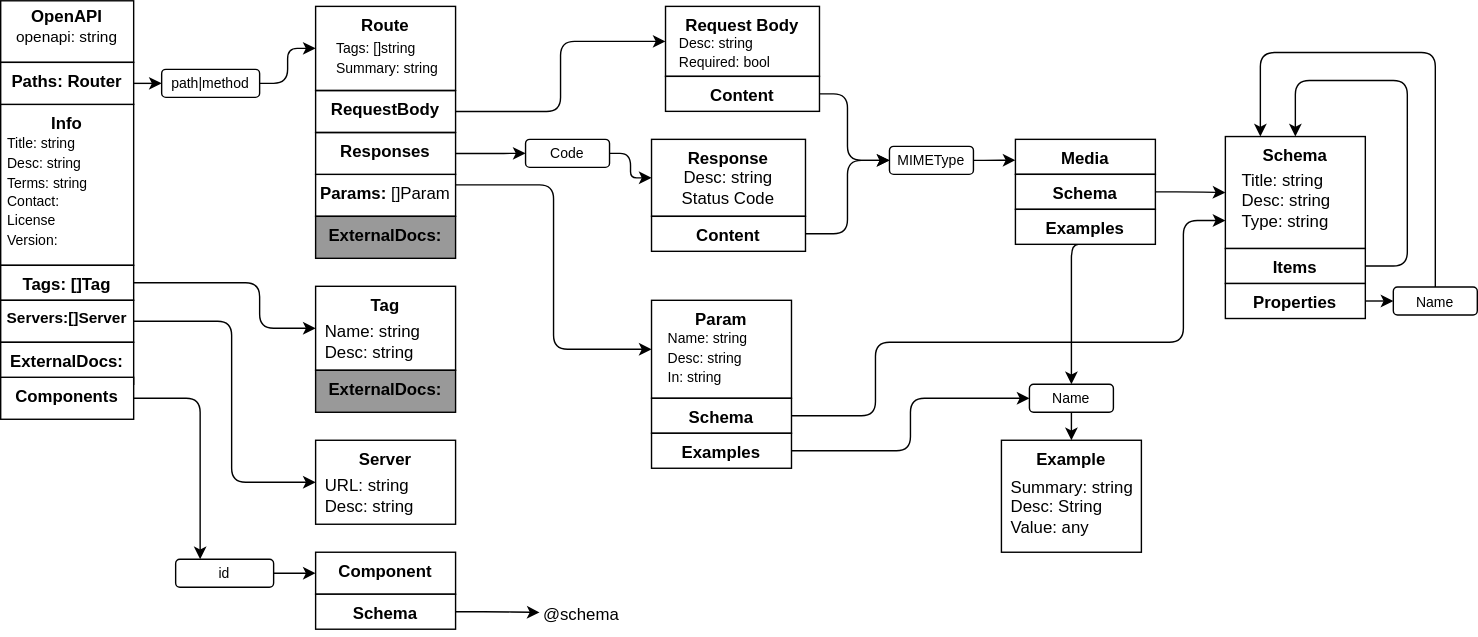
Earlier version of the draw.io export docs/chart.drawio.svg (hydronica/go-openapi). Source tidied: cells renumbered, new cells last; positions are measured from the earlier drawing's top-left corner, leaving out a move shared by most shapes.
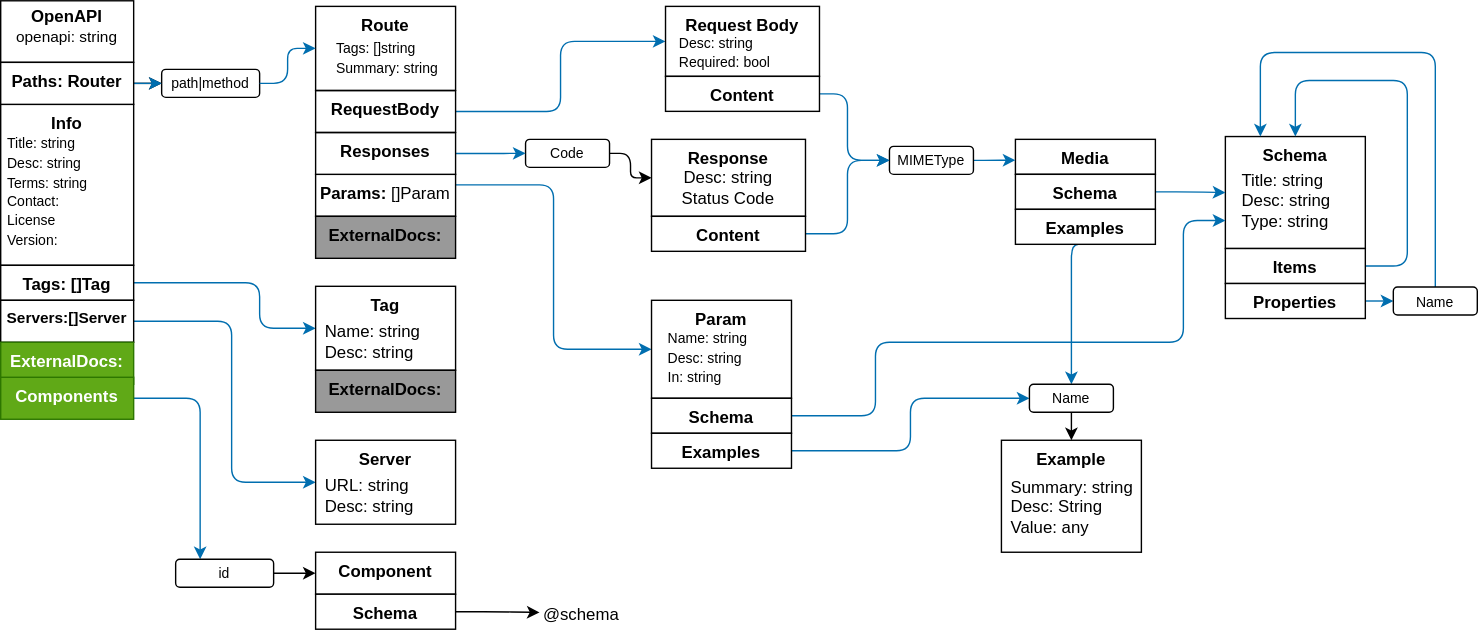
The same diagram one commit later.

Diff of the diagram source:
```diff
@@ -5,10 +5,10 @@
     <mxCell id="2" value="OpenAPI&lt;br&gt;&lt;span style=&quot;font-weight: normal;&quot;&gt;&lt;font style=&quot;font-size: 11px;&quot;&gt;openapi: string&lt;/font&gt;&lt;/span&gt;" style="rounded=0;verticalAlign=top;fontStyle=1;spacing=0;whiteSpace=wrap;fontColor=default;labelPosition=center;verticalLabelPosition=middle;align=center;html=1;" parent="1" vertex="1">
       <mxGeometry width="95" height="44" as="geometry" />
     </mxCell>
-    <mxCell id="3" style="edgeStyle=orthogonalEdgeStyle;html=1;exitX=1;exitY=0.25;exitDx=0;exitDy=0;fontSize=12;fontColor=#000000;entryX=0;entryY=0.5;entryDx=0;entryDy=0;" parent="1" edge="1" source="25" target="48">
+    <mxCell id="3" style="edgeStyle=orthogonalEdgeStyle;html=1;exitX=1;exitY=0.25;exitDx=0;exitDy=0;fontSize=12;fontColor=#000000;entryX=0;entryY=0.5;entryDx=0;entryDy=0;fillColor=#1ba1e2;strokeColor=#006EAF;" parent="1" edge="1" source="25" target="48">
       <mxGeometry relative="1" as="geometry" />
     </mxCell>
-    <mxCell id="4" style="edgeStyle=orthogonalEdgeStyle;html=1;exitX=1;exitY=0.5;exitDx=0;exitDy=0;entryX=0;entryY=0.5;entryDx=0;entryDy=0;fontSize=12;fontColor=#000000;" parent="1" edge="1" source="26" target="34">
+    <mxCell id="4" style="edgeStyle=orthogonalEdgeStyle;html=1;exitX=1;exitY=0.5;exitDx=0;exitDy=0;entryX=0;entryY=0.5;entryDx=0;entryDy=0;fontSize=12;fontColor=#000000;fillColor=#1ba1e2;strokeColor=#006EAF;" parent="1" edge="1" source="26" target="34">
       <mxGeometry relative="1" as="geometry" />
     </mxCell>
     <mxCell id="5" value="Route" style="whiteSpace=wrap;html=1;rounded=0;verticalAlign=top;fontStyle=1;" parent="1" vertex="1">
@@ -20,10 +20,10 @@
     <mxCell id="7" value="path|method" style="whiteSpace=wrap;html=1;labelBackgroundColor=#FFFFFF;fontSize=10;fontColor=#000000;rounded=1;" parent="1" vertex="1">
       <mxGeometry x="115" y="49" width="70" height="20" as="geometry" />
     </mxCell>
-    <mxCell id="8" style="edgeStyle=orthogonalEdgeStyle;html=1;exitX=1;exitY=0.5;exitDx=0;exitDy=0;fontSize=10;fontColor=#000000;" parent="1" edge="1" source="7" target="5">
+    <mxCell id="8" style="edgeStyle=orthogonalEdgeStyle;html=1;exitX=1;exitY=0.5;exitDx=0;exitDy=0;fontSize=10;fontColor=#000000;fillColor=#1ba1e2;strokeColor=#006EAF;" parent="1" edge="1" source="7" target="5">
       <mxGeometry relative="1" as="geometry" />
     </mxCell>
-    <mxCell id="9" style="edgeStyle=orthogonalEdgeStyle;html=1;exitX=1;exitY=0.5;exitDx=0;exitDy=0;entryX=0;entryY=0.5;entryDx=0;entryDy=0;fontSize=12;fontColor=#000000;" parent="1" edge="1" source="36" target="15">
+    <mxCell id="9" style="edgeStyle=orthogonalEdgeStyle;html=1;exitX=1;exitY=0.5;exitDx=0;exitDy=0;entryX=0;entryY=0.5;entryDx=0;entryDy=0;fontSize=12;fontColor=#000000;fillColor=#1ba1e2;strokeColor=#006EAF;" parent="1" edge="1" source="36" target="15">
       <mxGeometry relative="1" as="geometry">
         <Array as="points">
           <mxPoint x="605" y="67" />
@@ -43,7 +43,7 @@
     <mxCell id="13" value="Code" style="whiteSpace=wrap;html=1;labelBackgroundColor=#FFFFFF;fontSize=10;fontColor=#000000;rounded=1;" parent="1" vertex="1">
       <mxGeometry x="375" y="99" width="60" height="20" as="geometry" />
     </mxCell>
-    <mxCell id="14" style="edgeStyle=orthogonalEdgeStyle;html=1;exitX=1;exitY=0.5;exitDx=0;exitDy=0;entryX=0;entryY=0.597;entryDx=0;entryDy=0;fontSize=12;fontColor=#000000;entryPerimeter=0;" parent="1" edge="1" source="15" target="10">
+    <mxCell id="14" style="edgeStyle=orthogonalEdgeStyle;html=1;exitX=1;exitY=0.5;exitDx=0;exitDy=0;entryX=0;entryY=0.597;entryDx=0;entryDy=0;fontSize=12;fontColor=#000000;entryPerimeter=0;fillColor=#1ba1e2;strokeColor=#006EAF;" parent="1" edge="1" source="15" target="10">
       <mxGeometry relative="1" as="geometry" />
     </mxCell>
     <mxCell id="15" value="MIMEType" style="whiteSpace=wrap;html=1;labelBackgroundColor=#FFFFFF;fontSize=10;fontColor=#000000;rounded=1;" parent="1" vertex="1">
@@ -61,10 +61,13 @@
     <mxCell id="19" style="edgeStyle=orthogonalEdgeStyle;html=1;exitX=1;exitY=0.5;exitDx=0;exitDy=0;entryX=0;entryY=0.5;entryDx=0;entryDy=0;" parent="1" edge="1" source="20" target="7">
       <mxGeometry relative="1" as="geometry" />
     </mxCell>
+    <mxCell id="73" style="edgeStyle=none;html=1;fillColor=#1ba1e2;strokeColor=#006EAF;" parent="1" edge="1" source="20" target="7">
+      <mxGeometry relative="1" as="geometry" />
+    </mxCell>
     <mxCell id="20" value="Paths: Router" style="rounded=0;whiteSpace=wrap;html=1;verticalAlign=top;fontStyle=1;" parent="1" vertex="1">
       <mxGeometry y="44" width="95" height="30" as="geometry" />
     </mxCell>
-    <mxCell id="21" style="edgeStyle=orthogonalEdgeStyle;html=1;exitX=1;exitY=0.5;exitDx=0;exitDy=0;entryX=0;entryY=0.5;entryDx=0;entryDy=0;fontSize=12;" parent="1" edge="1" source="22" target="59">
+    <mxCell id="21" style="edgeStyle=orthogonalEdgeStyle;html=1;exitX=1;exitY=0.5;exitDx=0;exitDy=0;entryX=0;entryY=0.5;entryDx=0;entryDy=0;fontSize=12;fillColor=#1ba1e2;strokeColor=#006EAF;" parent="1" edge="1" source="22" target="59">
       <mxGeometry relative="1" as="geometry">
         <Array as="points">
           <mxPoint x="185" y="202" />
@@ -75,7 +78,7 @@
     <mxCell id="22" value="Tags: []Tag" style="rounded=0;whiteSpace=wrap;html=1;verticalAlign=top;fontStyle=1;" parent="1" vertex="1">
       <mxGeometry y="189" width="95" height="25" as="geometry" />
     </mxCell>
-    <mxCell id="23" style="edgeStyle=orthogonalEdgeStyle;html=1;exitX=1;exitY=0.5;exitDx=0;exitDy=0;entryX=0;entryY=0.5;entryDx=0;entryDy=0;fontSize=12;" parent="1" edge="1" source="24" target="62">
+    <mxCell id="23" style="edgeStyle=orthogonalEdgeStyle;html=1;exitX=1;exitY=0.5;exitDx=0;exitDy=0;entryX=0;entryY=0.5;entryDx=0;entryDy=0;fontSize=12;fillColor=#1ba1e2;strokeColor=#006EAF;" parent="1" edge="1" source="24" target="62">
       <mxGeometry relative="1" as="geometry">
         <Array as="points">
           <mxPoint x="165" y="229" />
@@ -92,7 +95,7 @@
     <mxCell id="26" value="RequestBody" style="whiteSpace=wrap;html=1;rounded=0;verticalAlign=top;fontStyle=1;" parent="1" vertex="1">
       <mxGeometry x="225" y="64.2" width="100" height="29.8" as="geometry" />
     </mxCell>
-    <mxCell id="27" style="edgeStyle=orthogonalEdgeStyle;html=1;exitX=1;exitY=0.5;exitDx=0;exitDy=0;entryX=0;entryY=0.5;entryDx=0;entryDy=0;fontSize=10;fontColor=default;" parent="1" edge="1" source="28" target="13">
+    <mxCell id="27" style="edgeStyle=orthogonalEdgeStyle;html=1;exitX=1;exitY=0.5;exitDx=0;exitDy=0;entryX=0;entryY=0.5;entryDx=0;entryDy=0;fontSize=10;fontColor=default;fillColor=#1ba1e2;strokeColor=#006EAF;" parent="1" edge="1" source="28" target="13">
       <mxGeometry relative="1" as="geometry" />
     </mxCell>
     <mxCell id="28" value="Responses" style="whiteSpace=wrap;html=1;rounded=0;verticalAlign=top;fontStyle=1;" parent="1" vertex="1">
@@ -101,7 +104,7 @@
     <mxCell id="29" value="ExternalDocs:&amp;nbsp;" style="whiteSpace=wrap;html=1;rounded=0;verticalAlign=top;fontStyle=1;fillColor=#999999;" parent="1" vertex="1">
       <mxGeometry x="225" y="154" width="100" height="30" as="geometry" />
     </mxCell>
-    <mxCell id="30" style="edgeStyle=orthogonalEdgeStyle;html=1;exitX=1;exitY=0.5;exitDx=0;exitDy=0;entryX=0;entryY=0.5;entryDx=0;entryDy=0;" parent="1" edge="1" source="31" target="15">
+    <mxCell id="30" style="edgeStyle=orthogonalEdgeStyle;html=1;exitX=1;exitY=0.5;exitDx=0;exitDy=0;entryX=0;entryY=0.5;entryDx=0;entryDy=0;fillColor=#1ba1e2;strokeColor=#006EAF;" parent="1" edge="1" source="31" target="15">
       <mxGeometry relative="1" as="geometry" />
     </mxCell>
     <mxCell id="31" value="Content" style="whiteSpace=wrap;html=1;labelBackgroundColor=#FFFFFF;fontSize=12;fontColor=#000000;align=center;verticalAlign=top;fontStyle=1;" parent="1" vertex="1">
@@ -122,13 +125,13 @@
     <mxCell id="36" value="Content" style="whiteSpace=wrap;html=1;labelBackgroundColor=#FFFFFF;fontSize=12;fontColor=#000000;align=center;verticalAlign=top;fontStyle=1;" parent="33" vertex="1">
       <mxGeometry y="50" width="110" height="25" as="geometry" />
     </mxCell>
-    <mxCell id="37" style="edgeStyle=orthogonalEdgeStyle;html=1;exitX=1;exitY=0.5;exitDx=0;exitDy=0;entryX=0;entryY=0.5;entryDx=0;entryDy=0;fontSize=12;" parent="1" edge="1" source="38" target="32">
+    <mxCell id="37" style="edgeStyle=orthogonalEdgeStyle;html=1;exitX=1;exitY=0.5;exitDx=0;exitDy=0;entryX=0;entryY=0.5;entryDx=0;entryDy=0;fontSize=12;fillColor=#1ba1e2;strokeColor=#006EAF;" parent="1" edge="1" source="38" target="32">
       <mxGeometry relative="1" as="geometry" />
     </mxCell>
     <mxCell id="38" value="Schema" style="whiteSpace=wrap;html=1;labelBackgroundColor=#FFFFFF;fontSize=12;fontColor=#000000;verticalAlign=top;fontStyle=1;" parent="1" vertex="1">
       <mxGeometry x="725" y="124" width="100" height="25" as="geometry" />
     </mxCell>
-    <mxCell id="39" style="edgeStyle=orthogonalEdgeStyle;html=1;exitX=0.5;exitY=1;exitDx=0;exitDy=0;entryX=0.5;entryY=0;entryDx=0;entryDy=0;fontSize=12;" parent="1" edge="1" source="40" target="58">
+    <mxCell id="39" style="edgeStyle=orthogonalEdgeStyle;html=1;exitX=0.5;exitY=1;exitDx=0;exitDy=0;entryX=0.5;entryY=0;entryDx=0;entryDy=0;fontSize=12;fillColor=#1ba1e2;strokeColor=#006EAF;" parent="1" edge="1" source="40" target="58">
       <mxGeometry relative="1" as="geometry">
         <Array as="points">
           <mxPoint x="765" y="174" />
@@ -141,7 +144,7 @@
     <mxCell id="41" value="&lt;font style=&quot;font-size: 12px;&quot;&gt;&lt;font style=&quot;border-color: var(--border-color); font-weight: 700; font-size: 12px;&quot;&gt;&lt;span style=&quot;border-color: var(--border-color); font-weight: normal;&quot;&gt;Title: string&amp;nbsp;&lt;br style=&quot;border-color: var(--border-color);&quot;&gt;&lt;/span&gt;&lt;/font&gt;&lt;span style=&quot;border-color: var(--border-color);&quot;&gt;Desc: string&lt;br style=&quot;border-color: var(--border-color);&quot;&gt;Type: string&lt;br style=&quot;border-color: var(--border-color);&quot;&gt;&lt;br&gt;&lt;/span&gt;&lt;/font&gt;" style="text;html=1;strokeColor=none;fillColor=none;align=left;verticalAlign=middle;whiteSpace=wrap;rounded=0;" parent="1" vertex="1">
       <mxGeometry x="885" y="122" width="90" height="55" as="geometry" />
     </mxCell>
-    <mxCell id="42" style="edgeStyle=orthogonalEdgeStyle;html=1;exitX=1;exitY=0.5;exitDx=0;exitDy=0;entryX=0.5;entryY=0;entryDx=0;entryDy=0;fontSize=12;" parent="1" edge="1" source="43" target="32">
+    <mxCell id="42" style="edgeStyle=orthogonalEdgeStyle;html=1;exitX=1;exitY=0.5;exitDx=0;exitDy=0;entryX=0.5;entryY=0;entryDx=0;entryDy=0;fontSize=12;fillColor=#1ba1e2;strokeColor=#006EAF;" parent="1" edge="1" source="43" target="32">
       <mxGeometry relative="1" as="geometry">
         <Array as="points">
           <mxPoint x="1005" y="190" />
@@ -153,13 +156,13 @@
     <mxCell id="43" value="Items" style="whiteSpace=wrap;html=1;labelBackgroundColor=#FFFFFF;fontSize=12;fontColor=#000000;verticalAlign=top;fontStyle=1;" parent="1" vertex="1">
       <mxGeometry x="875" y="177" width="100" height="25" as="geometry" />
     </mxCell>
-    <mxCell id="44" style="edgeStyle=orthogonalEdgeStyle;html=1;exitX=1;exitY=0.5;exitDx=0;exitDy=0;entryX=0;entryY=0.5;entryDx=0;entryDy=0;fontSize=12;" parent="1" edge="1" source="45" target="47">
+    <mxCell id="44" style="edgeStyle=orthogonalEdgeStyle;html=1;exitX=1;exitY=0.5;exitDx=0;exitDy=0;entryX=0;entryY=0.5;entryDx=0;entryDy=0;fontSize=12;fillColor=#1ba1e2;strokeColor=#006EAF;" parent="1" edge="1" source="45" target="47">
       <mxGeometry relative="1" as="geometry" />
     </mxCell>
     <mxCell id="45" value="Properties" style="whiteSpace=wrap;html=1;labelBackgroundColor=#FFFFFF;fontSize=12;fontColor=#000000;verticalAlign=top;fontStyle=1;" parent="1" vertex="1">
       <mxGeometry x="875" y="202" width="100" height="25" as="geometry" />
     </mxCell>
-    <mxCell id="46" style="edgeStyle=orthogonalEdgeStyle;html=1;exitX=0.5;exitY=0;exitDx=0;exitDy=0;fontSize=12;entryX=0.25;entryY=0;entryDx=0;entryDy=0;" parent="1" edge="1" source="47" target="32">
+    <mxCell id="46" style="edgeStyle=orthogonalEdgeStyle;html=1;exitX=0.5;exitY=0;exitDx=0;exitDy=0;fontSize=12;entryX=0.25;entryY=0;entryDx=0;entryDy=0;fillColor=#1ba1e2;strokeColor=#006EAF;" parent="1" edge="1" source="47" target="32">
       <mxGeometry relative="1" as="geometry">
         <Array as="points">
           <mxPoint x="1025" y="37" />
@@ -176,7 +179,7 @@
     <mxCell id="49" value="&lt;p style=&quot;line-height: 15%;&quot;&gt;&lt;span style=&quot;font-size: 10px;&quot;&gt;Name: string&lt;/span&gt;&lt;/p&gt;&lt;p style=&quot;line-height: 15%;&quot;&gt;&lt;span style=&quot;font-size: 10px;&quot;&gt;Desc: string&lt;/span&gt;&lt;/p&gt;&lt;p style=&quot;line-height: 15%;&quot;&gt;&lt;span style=&quot;font-size: 10px; background-color: initial;&quot;&gt;In: string&lt;/span&gt;&lt;br&gt;&lt;/p&gt;&lt;p style=&quot;line-height: 15%;&quot;&gt;&lt;br&gt;&lt;/p&gt;" style="text;html=1;strokeColor=none;fillColor=none;spacing=5;spacingTop=-20;whiteSpace=wrap;overflow=hidden;rounded=0;" parent="1" vertex="1">
       <mxGeometry x="472.3" y="238.6" width="85.5" height="45.4" as="geometry" />
     </mxCell>
-    <mxCell id="50" style="edgeStyle=orthogonalEdgeStyle;html=1;exitX=1;exitY=0.5;exitDx=0;exitDy=0;entryX=0;entryY=0.75;entryDx=0;entryDy=0;fontSize=12;" parent="1" edge="1" source="51" target="32">
+    <mxCell id="50" style="edgeStyle=orthogonalEdgeStyle;html=1;exitX=1;exitY=0.5;exitDx=0;exitDy=0;entryX=0;entryY=0.75;entryDx=0;entryDy=0;fontSize=12;fillColor=#1ba1e2;strokeColor=#006EAF;" parent="1" edge="1" source="51" target="32">
       <mxGeometry relative="1" as="geometry">
         <Array as="points">
           <mxPoint x="625" y="297" />
@@ -189,7 +192,7 @@
     <mxCell id="51" value="Schema" style="whiteSpace=wrap;html=1;labelBackgroundColor=#FFFFFF;fontSize=12;fontColor=#000000;verticalAlign=top;fontStyle=1;" parent="1" vertex="1">
       <mxGeometry x="465" y="284" width="100" height="25" as="geometry" />
     </mxCell>
-    <mxCell id="52" style="edgeStyle=orthogonalEdgeStyle;html=1;exitX=1;exitY=0.5;exitDx=0;exitDy=0;entryX=0;entryY=0.5;entryDx=0;entryDy=0;fontSize=12;" parent="1" edge="1" source="53" target="58">
+    <mxCell id="52" style="edgeStyle=orthogonalEdgeStyle;html=1;exitX=1;exitY=0.5;exitDx=0;exitDy=0;entryX=0;entryY=0.5;entryDx=0;entryDy=0;fontSize=12;fillColor=#1ba1e2;strokeColor=#006EAF;" parent="1" edge="1" source="53" target="58">
       <mxGeometry relative="1" as="geometry" />
     </mxCell>
     <mxCell id="53" value="Examples" style="whiteSpace=wrap;html=1;labelBackgroundColor=#FFFFFF;fontSize=12;fontColor=#000000;verticalAlign=top;fontStyle=1;" parent="1" vertex="1">
@@ -225,13 +228,13 @@
     <mxCell id="63" value="&lt;font style=&quot;font-size: 12px;&quot;&gt;&lt;span style=&quot;border-color: var(--border-color);&quot;&gt;URL: string&amp;nbsp;&lt;br&gt;Desc: string&lt;br&gt;&lt;/span&gt;&lt;/font&gt;" style="text;html=1;strokeColor=none;fillColor=none;align=left;verticalAlign=middle;whiteSpace=wrap;rounded=0;" parent="1" vertex="1">
       <mxGeometry x="230" y="334" width="85" height="40" as="geometry" />
     </mxCell>
-    <mxCell id="64" value="ExternalDocs:&amp;nbsp;" style="whiteSpace=wrap;html=1;rounded=0;verticalAlign=top;fontStyle=1;fillColor=#FFFFFF;" parent="1" vertex="1">
+    <mxCell id="64" value="ExternalDocs:&amp;nbsp;" style="whiteSpace=wrap;html=1;rounded=0;verticalAlign=top;fontStyle=1;fillColor=#60a917;fontColor=#ffffff;strokeColor=#2D7600;" parent="1" vertex="1">
       <mxGeometry y="244" width="95" height="30" as="geometry" />
     </mxCell>
-    <mxCell id="65" style="edgeStyle=orthogonalEdgeStyle;html=1;exitX=1;exitY=0.5;exitDx=0;exitDy=0;entryX=0.25;entryY=0;entryDx=0;entryDy=0;fontSize=12;" parent="1" edge="1" source="66" target="71">
+    <mxCell id="65" style="edgeStyle=orthogonalEdgeStyle;html=1;exitX=1;exitY=0.5;exitDx=0;exitDy=0;entryX=0.25;entryY=0;entryDx=0;entryDy=0;fontSize=12;fillColor=#1ba1e2;strokeColor=#006EAF;" parent="1" edge="1" source="66" target="71">
       <mxGeometry relative="1" as="geometry" />
     </mxCell>
-    <mxCell id="66" value="Components" style="whiteSpace=wrap;html=1;rounded=0;verticalAlign=top;fontStyle=1;fillColor=#FFFFFF;" parent="1" vertex="1">
+    <mxCell id="66" value="Components" style="whiteSpace=wrap;html=1;rounded=0;verticalAlign=top;fontStyle=1;fillColor=#60a917;fontColor=#ffffff;strokeColor=#2D7600;" parent="1" vertex="1">
       <mxGeometry y="269" width="95" height="30" as="geometry" />
     </mxCell>
     <mxCell id="67" value="Component" style="whiteSpace=wrap;html=1;labelBackgroundColor=#FFFFFF;fontSize=12;fontColor=#000000;verticalAlign=top;fontStyle=1;" parent="1" vertex="1">
```
